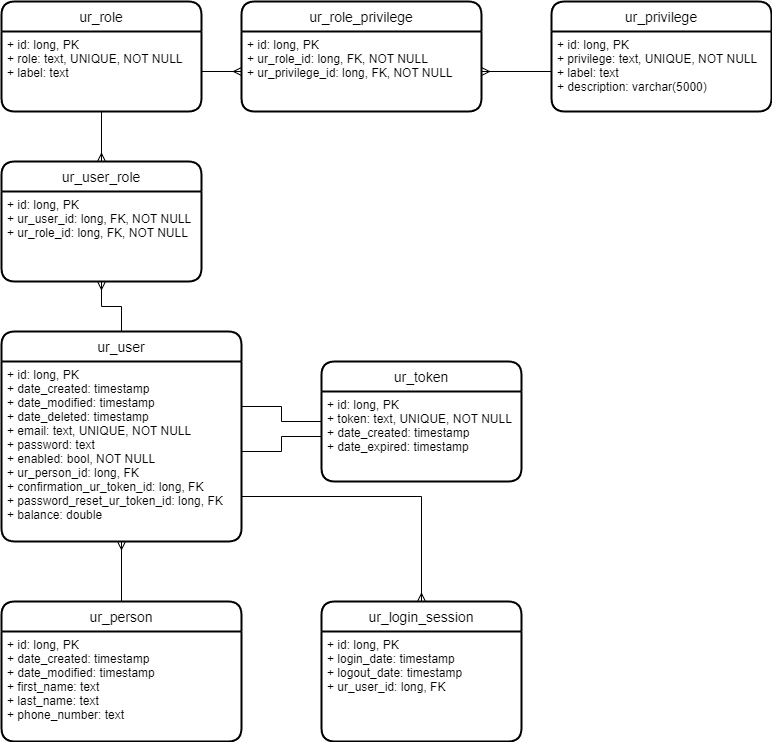
Above: EMT_diagrams-userroles.drawio.png in bbozilov26/EMT_2023_backend (draw.io), before the change. Source tidied: cells renumbered, new cells last; positions are measured from the earlier drawing's top-left corner, leaving out a move shared by most shapes.
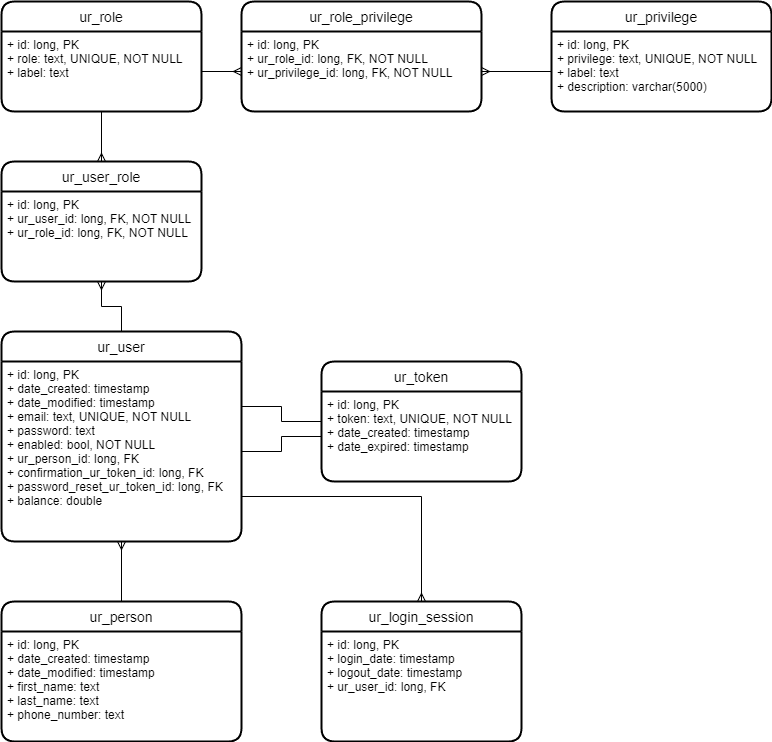
Above is the later version.

Change to the diagram source:
```diff
@@ -29,7 +29,7 @@
     <mxCell id="10" value="ur_user" style="swimlane;horizontal=1;startSize=30;rounded=1;fontSize=14;fontStyle=0;strokeWidth=2;shadow=0;dashed=0;align=center;" parent="1" vertex="1">
       <mxGeometry y="330" width="240" height="210" as="geometry" />
     </mxCell>
-    <mxCell id="11" value="+ id: long, PK&#10;+ date_created: timestamp&#10;+ date_modified: timestamp&#10;+ date_deleted: timestamp&#10;+ email: text, UNIQUE, NOT NULL&#10;+ password: text&#10;+ enabled: bool, NOT NULL&#10;+ ur_person_id: long, FK&#10;+ confirmation_ur_token_id: long, FK&#10;+ password_reset_ur_token_id: long, FK&#10;+ balance: double" style="align=left;strokeColor=none;fillColor=none;spacingLeft=4;fontSize=12;verticalAlign=top;" parent="10" vertex="1">
+    <mxCell id="11" value="+ id: long, PK&#10;+ date_created: timestamp&#10;+ date_modified: timestamp&#10;+ email: text, UNIQUE, NOT NULL&#10;+ password: text&#10;+ enabled: bool, NOT NULL&#10;+ ur_person_id: long, FK&#10;+ confirmation_ur_token_id: long, FK&#10;+ password_reset_ur_token_id: long, FK&#10;+ balance: double" style="align=left;strokeColor=none;fillColor=none;spacingLeft=4;fontSize=12;verticalAlign=top;" parent="10" vertex="1">
       <mxGeometry y="30" width="240" height="180" as="geometry" />
     </mxCell>
     <mxCell id="12" style="edgeStyle=orthogonalEdgeStyle;rounded=0;jettySize=auto;html=1;entryX=0.5;entryY=1;entryDx=0;entryDy=0;startArrow=ERmany;startFill=0;endArrow=none;endFill=0;" parent="1" edge="1" source="14" target="3">
```
